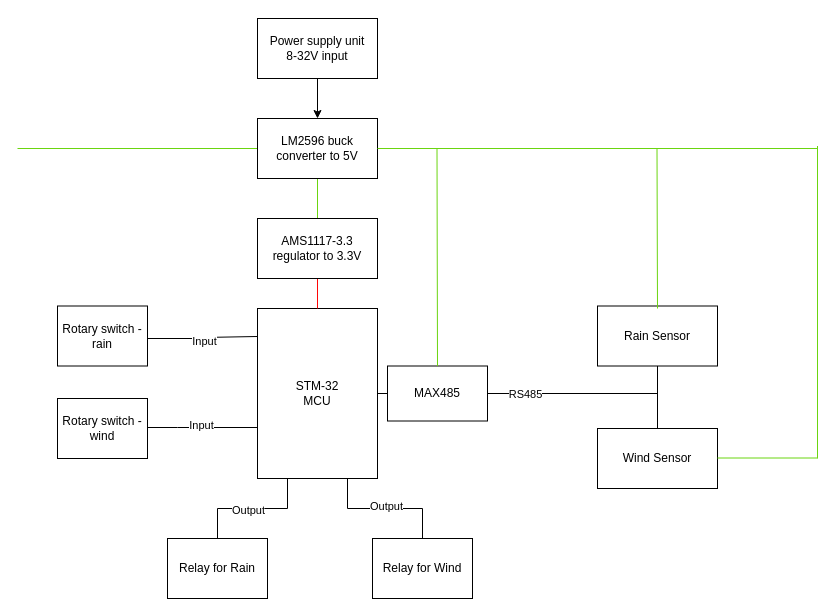
Above: Schematic.drawio in ziixyu/Wind-and-Rain-Sensor (draw.io), before the change. Source tidied: cells renumbered, new cells numbered last; positions are measured from the earlier drawing's top-left corner, leaving out a move shared by most shapes. Both pictures are drawn from the tidied source at 100%, with x=0, y=0 at pixel (17, 18).
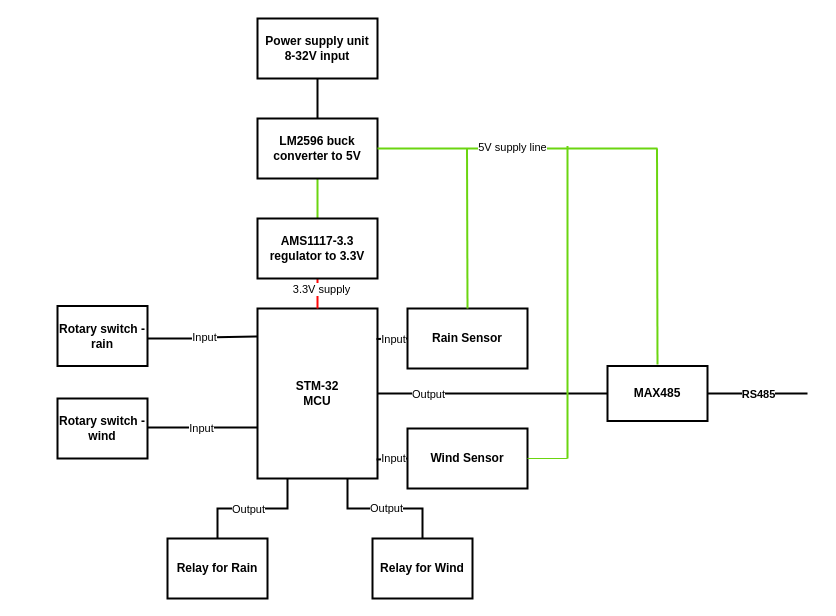
The same page after the edit.

Diff of the diagram source:
```diff
@@
-    <mxCell id="2" style="edgeStyle=orthogonalEdgeStyle;rounded=0;jettySize=auto;html=1;exitX=1;exitY=0.5;exitDx=0;exitDy=0;endArrow=none;endFill=0;" parent="1" edge="1" source="5">
-      <mxGeometry relative="1" as="geometry">
-        <mxPoint x="450" y="375" as="targetPoint" />
-      </mxGeometry>
+    <mxCell id="2" style="edgeStyle=orthogonalEdgeStyle;rounded=0;jettySize=auto;html=1;exitX=1;exitY=0.5;exitDx=0;exitDy=0;endArrow=none;endFill=0;entryX=0;entryY=0.5;entryDx=0;entryDy=0;strokeWidth=2;" parent="1" edge="1" source="5" target="6">
+      <mxGeometry relative="1" as="geometry" />
     </mxCell>
+    <mxCell id="35" value="Output" style="edgeLabel;html=1;align=center;verticalAlign=middle;" parent="2" vertex="1">
+      <mxGeometry x="-0.89" y="1" relative="1" as="geometry">
+        <mxPoint x="37" y="1" as="offset" />
+      </mxGeometry>
+    </mxCell>
-    <mxCell id="3" style="edgeStyle=orthogonalEdgeStyle;rounded=0;jettySize=auto;html=1;entryX=0.5;entryY=0;entryDx=0;entryDy=0;endArrow=none;endFill=0;exitX=0.25;exitY=1;exitDx=0;exitDy=0;" parent="1" edge="1" source="5" target="25">
+    <mxCell id="3" style="edgeStyle=orthogonalEdgeStyle;rounded=0;jettySize=auto;html=1;entryX=0.5;entryY=0;entryDx=0;entryDy=0;endArrow=none;endFill=0;exitX=0.25;exitY=1;exitDx=0;exitDy=0;startSize=10;endSize=7;strokeWidth=2;" parent="1" edge="1" source="5" target="25">
       <mxGeometry relative="1" as="geometry">
         <Array as="points">
           <mxPoint x="270" y="490" />
           <mxPoint x="200" y="490" />
         </Array>
       </mxGeometry>
     </mxCell>
     <mxCell id="4" value="Output" style="edgeLabel;html=1;align=center;verticalAlign=middle;" parent="3" vertex="1">
-      <mxGeometry x="0.08" y="1" relative="1" as="geometry" />
+      <mxGeometry x="0.08" y="1" relative="1" as="geometry">
+        <mxPoint y="-1" as="offset" />
+      </mxGeometry>
     </mxCell>
-    <mxCell id="5" value="STM-32&lt;div&gt;MCU&lt;/div&gt;" style="rounded=0;whiteSpace=wrap;html=1;" parent="1" vertex="1">
+    <mxCell id="5" value="STM-32&lt;div&gt;MCU&lt;/div&gt;" style="rounded=0;whiteSpace=wrap;html=1;fontStyle=1;strokeWidth=2;" parent="1" vertex="1">
       <mxGeometry x="240" y="290" width="120" height="170" as="geometry" />
     </mxCell>
-    <mxCell id="6" value="MAX485" style="rounded=0;whiteSpace=wrap;html=1;" parent="1" vertex="1">
-      <mxGeometry x="370" y="347.5" width="100" height="55" as="geometry" />
+    <mxCell id="6" value="MAX485" style="rounded=0;whiteSpace=wrap;html=1;fontStyle=1;strokeWidth=2;" parent="1" vertex="1">
+      <mxGeometry x="590" y="347.5" width="100" height="55" as="geometry" />
     </mxCell>
-    <mxCell id="7" style="endArrow=none;html=1;rounded=0;exitX=1;exitY=0.5;exitDx=0;exitDy=0;" parent="1" edge="1" source="6">
+    <mxCell id="7" style="endArrow=none;html=1;rounded=0;exitX=1;exitY=0.5;exitDx=0;exitDy=0;strokeWidth=2;" parent="1" edge="1" source="6">
       <mxGeometry relative="1" as="geometry">
-        <mxPoint x="640" y="375" as="targetPoint" />
+        <mxPoint x="790" y="375" as="targetPoint" />
+        <Array as="points">
+          <mxPoint x="710" y="375" />
+        </Array>
       </mxGeometry>
     </mxCell>
-    <mxCell id="8" value="RS485" style="edgeLabel;html=1;align=center;verticalAlign=middle;" parent="7" vertex="1">
-      <mxGeometry x="-0.56" relative="1" as="geometry" />
+    <mxCell id="8" value="RS485" style="edgeLabel;html=1;align=center;verticalAlign=middle;fontStyle=1;" parent="7" vertex="1">
+      <mxGeometry x="-0.56" relative="1" as="geometry">
+        <mxPoint x="28" as="offset" />
+      </mxGeometry>
     </mxCell>
-    <mxCell id="9" style="edgeStyle=orthogonalEdgeStyle;rounded=0;jettySize=auto;html=1;endArrow=none;endFill=0;" parent="1" edge="1" source="10" target="12">
-      <mxGeometry relative="1" as="geometry" />
-    </mxCell>
-    <mxCell id="10" value="Wind Sensor" style="rounded=0;whiteSpace=wrap;html=1;" parent="1" vertex="1">
-      <mxGeometry x="580" y="410" width="120" height="60" as="geometry" />
+    <mxCell id="10" value="Wind Sensor" style="rounded=0;whiteSpace=wrap;html=1;fontStyle=1;strokeWidth=2;" parent="1" vertex="1">
+      <mxGeometry x="390" y="410" width="120" height="60" as="geometry" />
     </mxCell>
-    <mxCell id="11" style="edgeStyle=orthogonalEdgeStyle;rounded=0;jettySize=auto;html=1;exitX=0.5;exitY=1;exitDx=0;exitDy=0;endArrow=none;endFill=0;" parent="1" edge="1" source="12">
-      <mxGeometry relative="1" as="geometry">
-        <mxPoint x="640" y="380" as="targetPoint" />
-      </mxGeometry>
-    </mxCell>
-    <mxCell id="12" value="Rain Sensor" style="rounded=0;whiteSpace=wrap;html=1;" parent="1" vertex="1">
-      <mxGeometry x="580" y="287.5" width="120" height="60" as="geometry" />
+    <mxCell id="12" value="Rain Sensor" style="rounded=0;whiteSpace=wrap;html=1;fontStyle=1;strokeWidth=2;" parent="1" vertex="1">
+      <mxGeometry x="390" y="290" width="120" height="60" as="geometry" />
     </mxCell>
-    <mxCell id="13" style="edgeStyle=orthogonalEdgeStyle;rounded=0;jettySize=auto;html=1;" parent="1" edge="1" source="14" target="17">
+    <mxCell id="13" style="edgeStyle=orthogonalEdgeStyle;rounded=0;jettySize=auto;html=1;endArrow=none;endFill=0;strokeWidth=2;" parent="1" edge="1" source="14" target="17">
       <mxGeometry relative="1" as="geometry" />
     </mxCell>
-    <mxCell id="14" value="Power supply unit&lt;div&gt;8-32V input&lt;/div&gt;" style="rounded=0;whiteSpace=wrap;html=1;" parent="1" vertex="1">
+    <mxCell id="14" value="Power supply unit&lt;div&gt;8-32V input&lt;/div&gt;" style="rounded=0;whiteSpace=wrap;html=1;fontStyle=1;strokeWidth=2;" parent="1" vertex="1">
       <mxGeometry x="240" width="120" height="60" as="geometry" />
     </mxCell>
-    <mxCell id="15" style="edgeStyle=orthogonalEdgeStyle;rounded=0;jettySize=auto;html=1;exitX=0;exitY=0.5;exitDx=0;exitDy=0;fillColor=#d5e8d4;strokeColor=#6BD510;endArrow=none;endFill=0;" parent="1" edge="1" source="17">
-      <mxGeometry relative="1" as="geometry">
-        <mxPoint y="130" as="targetPoint" />
-      </mxGeometry>
-    </mxCell>
-    <mxCell id="16" style="edgeStyle=orthogonalEdgeStyle;rounded=0;jettySize=auto;html=1;endArrow=none;endFill=0;strokeColor=#6BD510;" parent="1" edge="1" source="17" target="19">
+    <mxCell id="16" style="edgeStyle=orthogonalEdgeStyle;rounded=0;jettySize=auto;html=1;endArrow=none;endFill=0;strokeColor=#6BD510;strokeWidth=2;" parent="1" edge="1" source="17" target="19">
       <mxGeometry relative="1" as="geometry" />
     </mxCell>
-    <mxCell id="17" value="LM2596 buck converter to 5V" style="rounded=0;whiteSpace=wrap;html=1;" parent="1" vertex="1">
+    <mxCell id="17" value="LM2596 buck converter to 5V" style="rounded=0;whiteSpace=wrap;html=1;fontStyle=1;strokeWidth=2;" parent="1" vertex="1">
       <mxGeometry x="240" y="100" width="120" height="60" as="geometry" />
     </mxCell>
-    <mxCell id="18" style="edgeStyle=orthogonalEdgeStyle;rounded=0;jettySize=auto;html=1;strokeColor=#FF0606;endArrow=none;endFill=0;" parent="1" edge="1" source="19" target="5">
+    <mxCell id="18" style="edgeStyle=orthogonalEdgeStyle;rounded=0;jettySize=auto;html=1;strokeColor=#FF0606;endArrow=none;endFill=0;strokeWidth=2;" parent="1" edge="1" source="19" target="5">
       <mxGeometry relative="1" as="geometry" />
     </mxCell>
-    <mxCell id="19" value="AMS1117-3.3 regulator to 3.3V" style="rounded=0;whiteSpace=wrap;html=1;" parent="1" vertex="1">
+    <mxCell id="19" value="AMS1117-3.3 regulator to 3.3V" style="rounded=0;whiteSpace=wrap;html=1;fontStyle=1;strokeWidth=2;" parent="1" vertex="1">
       <mxGeometry x="240" y="200" width="120" height="60" as="geometry" />
     </mxCell>
-    <mxCell id="20" style="endArrow=none;html=1;rounded=0;exitX=1;exitY=0.5;exitDx=0;exitDy=0;fillColor=#d5e8d4;strokeColor=#6BD510;" parent="1" edge="1" source="17">
+    <mxCell id="20" style="endArrow=none;html=1;rounded=0;exitX=1;exitY=0.5;exitDx=0;exitDy=0;fillColor=#d5e8d4;strokeColor=#6BD510;strokeWidth=2;" parent="1" edge="1" source="17">
       <mxGeometry relative="1" as="geometry">
-        <mxPoint x="800" y="130" as="targetPoint" />
+        <mxPoint x="640" y="130" as="targetPoint" />
       </mxGeometry>
     </mxCell>
+    <mxCell id="36" value="5V supply line" style="edgeLabel;html=1;align=center;verticalAlign=middle;" parent="20" vertex="1">
+      <mxGeometry x="-0.12" y="2" relative="1" as="geometry">
+        <mxPoint x="11" as="offset" />
+      </mxGeometry>
+    </mxCell>
-    <mxCell id="21" style="endArrow=none;html=1;rounded=0;strokeColor=#6BD510;exitX=0.5;exitY=0;exitDx=0;exitDy=0;" parent="1" edge="1" source="6">
+    <mxCell id="21" style="endArrow=none;html=1;rounded=0;strokeColor=#6BD510;exitX=0.25;exitY=0;exitDx=0;exitDy=0;strokeWidth=2;" parent="1" edge="1">
       <mxGeometry relative="1" as="geometry">
-        <mxPoint x="419.5" y="130" as="targetPoint" />
+        <mxPoint x="450" y="290" as="sourcePoint" />
+        <mxPoint x="449.5" y="130" as="targetPoint" />
       </mxGeometry>
     </mxCell>
-    <mxCell id="22" style="endArrow=none;html=1;rounded=0;strokeColor=#6BD510;" parent="1" edge="1">
+    <mxCell id="22" style="endArrow=none;html=1;rounded=0;strokeColor=#6BD510;strokeWidth=2;" parent="1" edge="1">
       <mxGeometry relative="1" as="geometry">
-        <mxPoint x="640" y="290" as="sourcePoint" />
+        <mxPoint x="640" y="346" as="sourcePoint" />
         <mxPoint x="639.5" y="130" as="targetPoint" />
       </mxGeometry>
     </mxCell>
-    <mxCell id="23" style="endArrow=none;html=1;rounded=0;strokeColor=#6BD510;" parent="1" edge="1">
+    <mxCell id="23" style="endArrow=none;html=1;rounded=0;strokeColor=#6BD510;strokeWidth=2;" parent="1" edge="1">
       <mxGeometry relative="1" as="geometry">
-        <mxPoint x="800" y="440" as="sourcePoint" />
-        <mxPoint x="800" y="127.5" as="targetPoint" />
+        <mxPoint x="550" y="440" as="sourcePoint" />
+        <mxPoint x="550" y="127.5" as="targetPoint" />
       </mxGeometry>
     </mxCell>
-    <mxCell id="24" style="edgeStyle=none;orthogonalLoop=1;jettySize=auto;html=1;rounded=0;endArrow=none;endFill=0;strokeColor=#6BD510;" parent="1" edge="1">
+    <mxCell id="24" style="edgeStyle=none;jettySize=auto;html=1;rounded=0;endArrow=none;endFill=0;strokeColor=#6BD510;exitX=1;exitY=0.5;exitDx=0;exitDy=0;" parent="1" edge="1" source="10">
       <mxGeometry relative="1" as="geometry">
-        <mxPoint x="700" y="439.5" as="sourcePoint" />
-        <mxPoint x="800" y="439.5" as="targetPoint" />
+        <mxPoint x="550" y="440" as="targetPoint" />
       </mxGeometry>
     </mxCell>
-    <mxCell id="25" value="Relay for Rain" style="rounded=0;whiteSpace=wrap;html=1;" parent="1" vertex="1">
+    <mxCell id="25" value="Relay for Rain" style="rounded=0;whiteSpace=wrap;html=1;fontStyle=1;strokeWidth=2;" parent="1" vertex="1">
       <mxGeometry x="150" y="520" width="100" height="60" as="geometry" />
     </mxCell>
-    <mxCell id="26" style="edgeStyle=orthogonalEdgeStyle;rounded=0;jettySize=auto;html=1;endArrow=none;endFill=0;entryX=0.75;entryY=1;entryDx=0;entryDy=0;" parent="1" edge="1" source="28" target="5">
+    <mxCell id="26" style="edgeStyle=orthogonalEdgeStyle;rounded=0;jettySize=auto;html=1;endArrow=none;endFill=0;entryX=0.75;entryY=1;entryDx=0;entryDy=0;startSize=10;endSize=7;strokeWidth=2;" parent="1" edge="1" source="28" target="5">
       <mxGeometry relative="1" as="geometry" />
     </mxCell>
     <mxCell id="27" value="Output" style="edgeLabel;html=1;align=center;verticalAlign=middle;" parent="26" vertex="1">
-      <mxGeometry x="-0.01" y="-3" relative="1" as="geometry" />
+      <mxGeometry x="-0.01" y="-3" relative="1" as="geometry">
+        <mxPoint y="2" as="offset" />
+      </mxGeometry>
     </mxCell>
-    <mxCell id="28" value="Relay for Wind" style="rounded=0;whiteSpace=wrap;html=1;" parent="1" vertex="1">
+    <mxCell id="28" value="Relay for Wind" style="rounded=0;whiteSpace=wrap;html=1;fontStyle=1;strokeWidth=2;" parent="1" vertex="1">
       <mxGeometry x="355" y="520" width="100" height="60" as="geometry" />
     </mxCell>
-    <mxCell id="29" value="Rotary switch - rain" style="rounded=0;whiteSpace=wrap;html=1;" parent="1" vertex="1">
+    <mxCell id="29" value="Rotary switch - rain" style="rounded=0;whiteSpace=wrap;html=1;fontStyle=1;strokeWidth=2;" parent="1" vertex="1">
       <mxGeometry x="40" y="287.5" width="90" height="60" as="geometry" />
     </mxCell>
-    <mxCell id="30" value="Rotary switch - wind" style="rounded=0;whiteSpace=wrap;html=1;" parent="1" vertex="1">
+    <mxCell id="30" value="Rotary switch - wind" style="rounded=0;whiteSpace=wrap;html=1;fontStyle=1;strokeWidth=2;" parent="1" vertex="1">
       <mxGeometry x="40" y="380" width="90" height="60" as="geometry" />
     </mxCell>
-    <mxCell id="31" style="edgeStyle=orthogonalEdgeStyle;rounded=0;jettySize=auto;html=1;endArrow=none;endFill=0;" parent="1" edge="1" source="29">
+    <mxCell id="31" style="edgeStyle=orthogonalEdgeStyle;rounded=0;jettySize=auto;html=1;endArrow=none;endFill=0;startSize=10;endSize=7;strokeWidth=2;" parent="1" edge="1" source="29">
       <mxGeometry relative="1" as="geometry">
         <mxPoint x="240" y="318" as="targetPoint" />
         <Array as="points">
           <mxPoint x="185" y="320" />
           <mxPoint x="185" y="319" />
         </Array>
       </mxGeometry>
     </mxCell>
     <mxCell id="32" value="Input" style="edgeLabel;html=1;align=center;verticalAlign=middle;" parent="31" vertex="1">
       <mxGeometry x="-0.01" y="-2" relative="1" as="geometry">
-        <mxPoint x="-1" y="2" as="offset" />
+        <mxPoint x="-1" y="-2" as="offset" />
       </mxGeometry>
     </mxCell>
-    <mxCell id="33" style="edgeStyle=orthogonalEdgeStyle;rounded=0;jettySize=auto;html=1;endArrow=none;endFill=0;" parent="1" edge="1" source="30">
+    <mxCell id="33" style="edgeStyle=orthogonalEdgeStyle;rounded=0;jettySize=auto;html=1;endArrow=none;endFill=0;startSize=10;endSize=7;strokeWidth=2;" parent="1" edge="1" source="30">
       <mxGeometry relative="1" as="geometry">
         <mxPoint x="240" y="409" as="targetPoint" />
         <Array as="points">
           <mxPoint x="160" y="409" />
           <mxPoint x="160" y="409" />
         </Array>
       </mxGeometry>
     </mxCell>
     <mxCell id="34" value="Input" style="edgeLabel;html=1;align=center;verticalAlign=middle;" parent="33" vertex="1">
-      <mxGeometry x="-0.04" y="3" relative="1" as="geometry" />
+      <mxGeometry x="-0.04" y="3" relative="1" as="geometry">
+        <mxPoint y="3" as="offset" />
+      </mxGeometry>
     </mxCell>
+    <mxCell id="37" style="endArrow=none;html=1;rounded=0;exitX=0.992;exitY=0.888;exitDx=0;exitDy=0;exitPerimeter=0;entryX=0;entryY=0.5;entryDx=0;entryDy=0;strokeWidth=2;" parent="1" edge="1" source="5" target="10">
+      <mxGeometry relative="1" as="geometry" />
+    </mxCell>
+    <mxCell id="38" value="Input" style="edgeLabel;html=1;align=center;verticalAlign=middle;" parent="37" vertex="1">
+      <mxGeometry x="-0.16" y="1" relative="1" as="geometry">
+        <mxPoint x="3" as="offset" />
+      </mxGeometry>
+    </mxCell>
+    <mxCell id="39" style="endArrow=none;html=1;rounded=0;exitX=0.992;exitY=0.888;exitDx=0;exitDy=0;exitPerimeter=0;strokeWidth=2;" parent="1" edge="1">
+      <mxGeometry relative="1" as="geometry">
+        <mxPoint x="359" y="320.5" as="sourcePoint" />
+        <mxPoint x="390" y="320" as="targetPoint" />
+      </mxGeometry>
+    </mxCell>
+    <mxCell id="40" value="Input" style="edgeLabel;html=1;align=center;verticalAlign=middle;" parent="39" vertex="1">
+      <mxGeometry x="-0.48" y="-1" relative="1" as="geometry">
+        <mxPoint x="8" y="-1" as="offset" />
+      </mxGeometry>
+    </mxCell>
+    <mxCell id="41" value="3.3V supply" style="edgeLabel;html=1;align=center;verticalAlign=middle;" parent="1" vertex="1">
+      <mxGeometry x="490" y="180" as="geometry">
+        <mxPoint x="-187" y="90" as="offset" />
+      </mxGeometry>
+    </mxCell>
```
